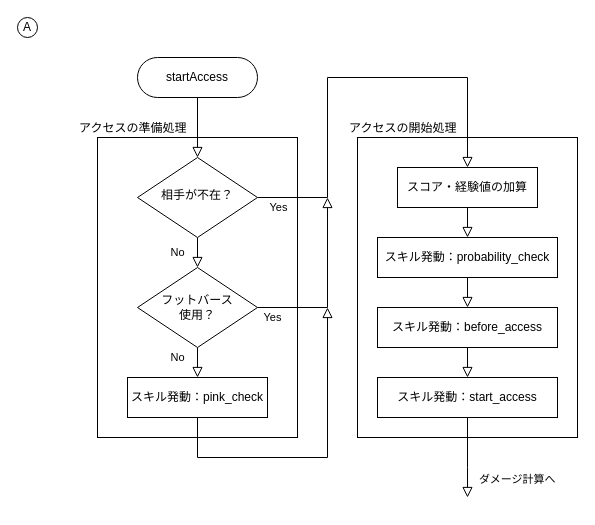
This is page "Start" (2 of 3) of docs/access-flow.drawio from Seo-4d696b75/station-access-simulator, a draw.io file, before an edit. Source tidied: cells renumbered, new cells numbered last; positions are measured from the earlier drawing's top-left corner, leaving out a move shared by most shapes. Both pictures are drawn from the tidied source at 100%, with x=0, y=0 at pixel (17, 17).
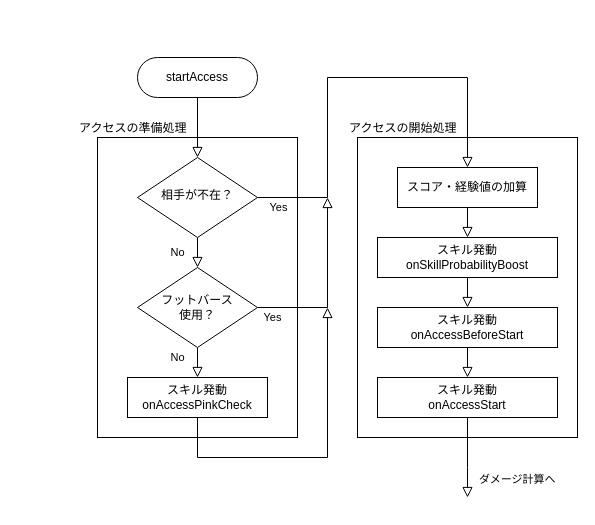
Above is the later version.

The change refers to these unchanged cells:
```xml
<mxCell id="13" style="group;" parent="1" vertex="1">
  <mxGeometry x="330" y="100" width="230" height="320" as="geometry" />
</mxCell>
```

Change to the diagram source:
```diff
@@
-    <mxCell id="11" value="スキル発動：pink_check" style="rounded=0;whiteSpace=wrap;html=1;fontSize=12;glass=0;strokeWidth=1;shadow=0;" parent="1" vertex="1">
+    <mxCell id="11" value="スキル発動onAccessPinkCheck" style="rounded=0;whiteSpace=wrap;html=1;fontSize=12;glass=0;strokeWidth=1;shadow=0;" parent="1" vertex="1">
       <mxGeometry x="110" y="360" width="140" height="40" as="geometry" />
     </mxCell>
@@
-    <mxCell id="16" value="スキル発動：probability_check" style="rounded=0;whiteSpace=wrap;html=1;fontSize=12;glass=0;strokeWidth=1;shadow=0;" parent="13" vertex="1">
+    <mxCell id="16" value="スキル発動&lt;br&gt;onSkillProbabilityBoost" style="rounded=0;whiteSpace=wrap;html=1;fontSize=12;glass=0;strokeWidth=1;shadow=0;" parent="13" vertex="1">
       <mxGeometry x="30" y="120" width="180" height="40" as="geometry" />
     </mxCell>
-    <mxCell id="17" value="スキル発動：before_access" style="rounded=0;whiteSpace=wrap;html=1;fontSize=12;glass=0;strokeWidth=1;shadow=0;" parent="13" vertex="1">
+    <mxCell id="17" value="スキル発動&lt;br&gt;onAccessBeforeStart" style="rounded=0;whiteSpace=wrap;html=1;fontSize=12;glass=0;strokeWidth=1;shadow=0;" parent="13" vertex="1">
       <mxGeometry x="30" y="190" width="180" height="40" as="geometry" />
     </mxCell>
-    <mxCell id="18" value="スキル発動：start_access" style="rounded=0;whiteSpace=wrap;html=1;fontSize=12;glass=0;strokeWidth=1;shadow=0;" parent="13" vertex="1">
+    <mxCell id="18" value="スキル発動&lt;br&gt;onAccessStart" style="rounded=0;whiteSpace=wrap;html=1;fontSize=12;glass=0;strokeWidth=1;shadow=0;" parent="13" vertex="1">
       <mxGeometry x="30" y="260" width="180" height="40" as="geometry" />
     </mxCell>
@@
-    <mxCell id="25" value="A" style="ellipse;whiteSpace=wrap;html=1;rounded=0;strokeColor=#000000;fillColor=default;" parent="1" vertex="1">
-      <mxGeometry width="20" height="20" as="geometry" />
-    </mxCell>
```
